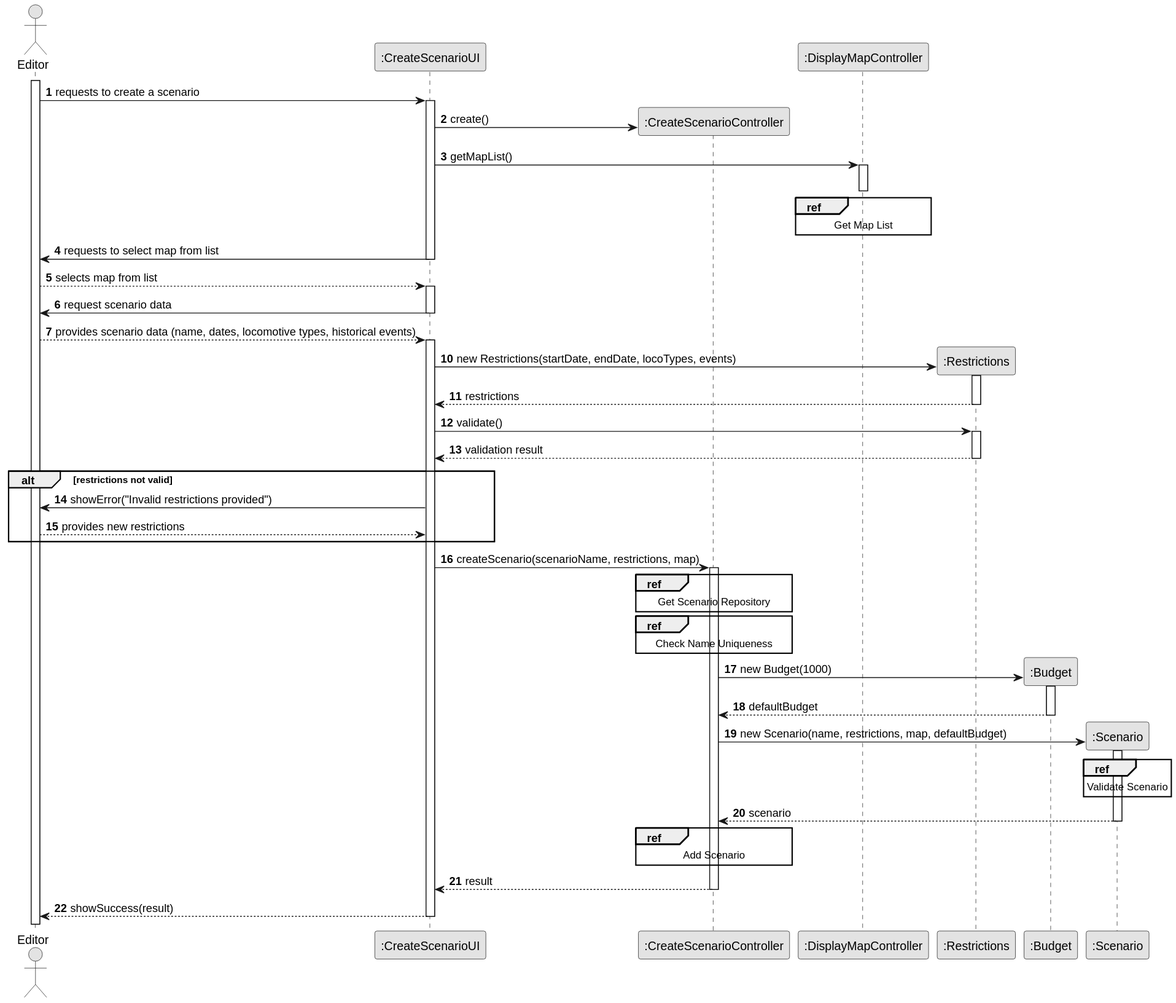
The PlantUML diagram docs/sprint3/us004/03.design/svg/us004-sd-split.svg in ivasduarte/all-aboard, before a commit. Source of this version:
```plantuml
@startuml
skinparam monochrome true
skinparam packageStyle rectangle
skinparam shadowing false

autonumber

actor "Editor" as Editor

participant ":CreateScenarioUI" as UI
participant ":CreateScenarioController" as CTRL
participant ":DisplayMapController" as mapCTRL
participant ":Restrictions" as Restrictions
participant ":Budget" as Budget
participant ":Scenario" as Scenario

activate Editor
Editor -> UI : requests to create a scenario

activate UI
UI -> CTRL** : create()

UI -> mapCTRL : getMapList()
activate mapCTRL

    ref over mapCTRL
        Get Map List
    end ref

deactivate mapCTRL

autonumber 4

UI -> Editor : requests to select map from list
deactivate UI
Editor --> UI : selects map from list
activate UI

UI -> Editor : request scenario data
deactivate UI
Editor --> UI : provides scenario data (name, dates, locomotive types, historical events)
activate UI

autonumber 10
UI -> Restrictions** : new Restrictions(startDate, endDate, locoTypes, events)
activate Restrictions
Restrictions --> UI : restrictions
deactivate Restrictions

UI -> Restrictions : validate()
activate Restrictions
Restrictions --> UI : validation result
deactivate Restrictions

alt restrictions not valid
    UI -> Editor : showError("Invalid restrictions provided")
    Editor --> UI : provides new restrictions
end

UI -> CTRL : createScenario(scenarioName, restrictions, map)
activate CTRL

    ref over CTRL
        Get Scenario Repository
    end

    ref over CTRL
        Check Name Uniqueness
    end

CTRL -> Budget** : new Budget(1000)
activate Budget
Budget --> CTRL : defaultBudget
deactivate Budget

CTRL -> Scenario** : new Scenario(name, restrictions, map, defaultBudget)
activate Scenario

    ref over Scenario
        Validate Scenario
    end

Scenario --> CTRL : scenario
deactivate Scenario

    ref over CTRL
        Add Scenario
    end

CTRL --> UI : result
deactivate CTRL
UI --> Editor : showSuccess(result)
deactivate UI
@enduml
```
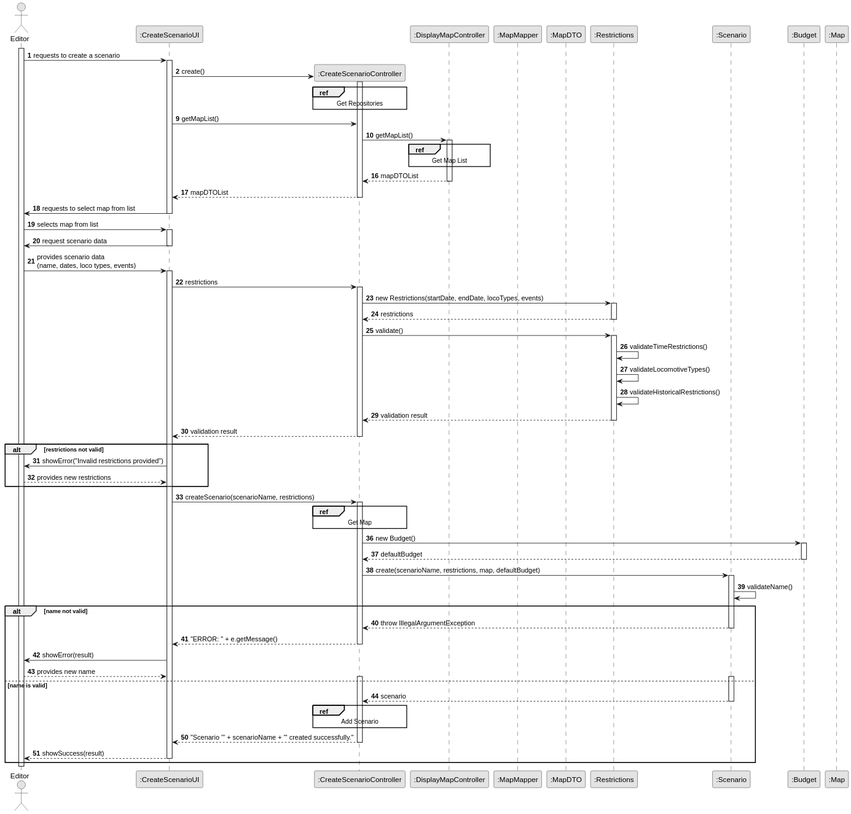
After the commit.

What changed in the source:
```diff
@@ -10,9 +10,12 @@
 participant ":CreateScenarioUI" as UI
 participant ":CreateScenarioController" as CTRL
 participant ":DisplayMapController" as mapCTRL
+participant ":MapMapper" as mapper
+participant ":MapDTO" as dto
 participant ":Restrictions" as Restrictions
+participant ":Scenario" as Scenario
 participant ":Budget" as Budget
-participant ":Scenario" as Scenario
+participant ":Map" as Map
 
 activate Editor
 Editor -> UI : requests to create a scenario
@@ -20,75 +23,103 @@
 activate UI
 UI -> CTRL** : create()
 
-UI -> mapCTRL : getMapList()
+activate CTRL
+
+    ref over CTRL
+        Get Repositories
+    end ref
+
+autonumber 9
+UI -> CTRL : getMapList()
+
+CTRL -> mapCTRL : getMapList()
 activate mapCTRL
 
     ref over mapCTRL
         Get Map List
     end ref
 
+autonumber 16
+mapCTRL --> CTRL : mapDTOList
 deactivate mapCTRL
-
-autonumber 4
+CTRL --> UI : mapDTOList
+deactivate CTRL
 
 UI -> Editor : requests to select map from list
 deactivate UI
-Editor --> UI : selects map from list
+Editor -> UI : selects map from list
 activate UI
 
 UI -> Editor : request scenario data
 deactivate UI
-Editor --> UI : provides scenario data (name, dates, locomotive types, historical events)
+Editor -> UI : provides scenario data\n(name, dates, loco types, events)
 activate UI
 
-autonumber 10
-UI -> Restrictions** : new Restrictions(startDate, endDate, locoTypes, events)
+UI -> CTRL : restrictions
+activate CTRL
+CTRL -> Restrictions : new Restrictions(startDate, endDate, locoTypes, events)
 activate Restrictions
-Restrictions --> UI : restrictions
+Restrictions --> CTRL : restrictions
 deactivate Restrictions
 
-UI -> Restrictions : validate()
+CTRL -> Restrictions : validate()
 activate Restrictions
-Restrictions --> UI : validation result
+Restrictions -> Restrictions : validateTimeRestrictions()
+Restrictions -> Restrictions : validateLocomotiveTypes()
+Restrictions -> Restrictions : validateHistoricalRestrictions()
+Restrictions --> CTRL : validation result
 deactivate Restrictions
+
+CTRL --> UI : validation result
+deactivate CTRL
 
 alt restrictions not valid
     UI -> Editor : showError("Invalid restrictions provided")
     Editor --> UI : provides new restrictions
 end
 
-UI -> CTRL : createScenario(scenarioName, restrictions, map)
+UI -> CTRL : createScenario(scenarioName, restrictions)
 activate CTRL
 
     ref over CTRL
-        Get Scenario Repository
-    end
+        Get Map
+    end ref
 
-    ref over CTRL
-        Check Name Uniqueness
-    end
-
-CTRL -> Budget** : new Budget(1000)
+autonumber 36
+CTRL -> Budget : new Budget()
 activate Budget
 Budget --> CTRL : defaultBudget
 deactivate Budget
 
-CTRL -> Scenario** : new Scenario(name, restrictions, map, defaultBudget)
+CTRL -> Scenario : create(scenarioName, restrictions, map, defaultBudget)
 activate Scenario
+Scenario -> Scenario : validateName()
+alt name not valid
+    Scenario --> CTRL : throw IllegalArgumentException
+    deactivate Scenario
+    CTRL --> UI : "ERROR: " + e.getMessage()
+    deactivate CTRL
+    UI -> Editor : showError(result)
+    Editor --> UI : provides new name
 
-    ref over Scenario
-        Validate Scenario
-    end
+else name is valid
 
-Scenario --> CTRL : scenario
-deactivate Scenario
+    activate Scenario
+    activate CTRL
+    Scenario --> CTRL : scenario
+    deactivate Scenario
 
     ref over CTRL
         Add Scenario
-    end
+    end ref
 
-CTRL --> UI : result
-deactivate CTRL
-UI --> Editor : showSuccess(result)
-deactivate UI
+    autonumber 50
+    CTRL --> UI : "Scenario '" + scenarioName + "' created successfully."
+    deactivate CTRL
+
+    UI --> Editor : showSuccess(result)
+    deactivate UI
+end
+
+deactivate Editor
 @enduml
```
